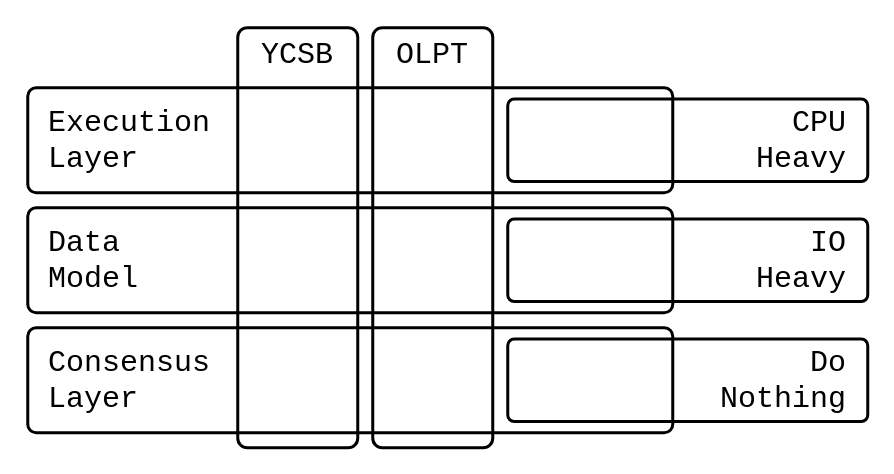
The draw.io diagram diagrams/BlockBenchWorkloadLayers.drawio in David-Sat/blockbench-setup, before the edit. Source tidied: cells renumbered, new cells numbered last; positions are measured from the earlier drawing's top-left corner, leaving out a move shared by most shapes. Both pictures are drawn from the tidied source at 150%, with x=0, y=0 at pixel (27, 27).
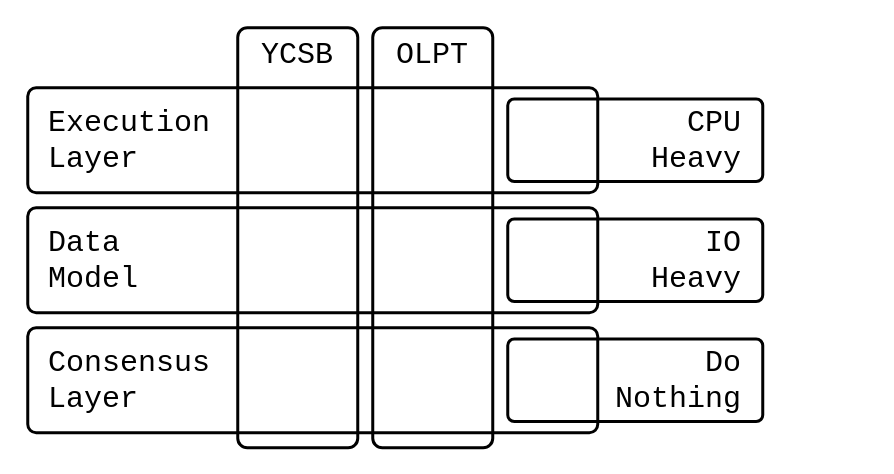
The same diagram, later.

What changed in the source:
```diff
@@
 <mxGraphModel>
   <root>
     <mxCell id="0" />
     <mxCell id="1" parent="0" />
     <mxCell id="2" value="&lt;div style=&quot;font-size: 20px&quot;&gt;&amp;nbsp;Execution &lt;br style=&quot;font-size: 20px&quot;&gt;&lt;/div&gt;&lt;div style=&quot;font-size: 20px&quot;&gt;&amp;nbsp;Layer&lt;/div&gt;" style="rounded=1;whiteSpace=wrap;html=1;strokeWidth=2;align=left;fontSize=20;fontFamily=Courier New;arcSize=8;" parent="1" vertex="1">
-      <mxGeometry y="40" width="430" height="70" as="geometry" />
+      <mxGeometry y="40" width="380" height="70" as="geometry" />
     </mxCell>
     <mxCell id="3" value="&lt;div&gt;&amp;nbsp;Data&lt;/div&gt;&lt;div&gt;&amp;nbsp;Model&lt;br&gt;&lt;/div&gt;" style="rounded=1;whiteSpace=wrap;html=1;strokeWidth=2;align=left;fontSize=20;fontFamily=Courier New;arcSize=8;" parent="1" vertex="1">
-      <mxGeometry y="120" width="430" height="70" as="geometry" />
+      <mxGeometry y="120" width="380" height="70" as="geometry" />
     </mxCell>
     <mxCell id="4" value="&lt;div style=&quot;font-size: 20px&quot;&gt;&amp;nbsp;Consensus&lt;/div&gt;&lt;div style=&quot;font-size: 20px&quot;&gt;&amp;nbsp;Layer&lt;br&gt;&lt;/div&gt;" style="rounded=1;whiteSpace=wrap;html=1;strokeWidth=2;align=left;fontSize=20;fontFamily=Courier New;arcSize=8;" parent="1" vertex="1">
-      <mxGeometry y="200" width="430" height="70" as="geometry" />
+      <mxGeometry y="200" width="380" height="70" as="geometry" />
     </mxCell>
-    <mxCell id="5" value="&lt;div style=&quot;font-size: 20px&quot;&gt;&amp;nbsp;CPU&amp;nbsp; &lt;br style=&quot;font-size: 20px&quot;&gt;&lt;/div&gt;&lt;div style=&quot;font-size: 20px&quot;&gt;&amp;nbsp;Heavy&amp;nbsp; &lt;br&gt;&lt;/div&gt;" style="rounded=1;whiteSpace=wrap;html=1;strokeWidth=2;align=right;fontSize=20;fontFamily=Courier New;arcSize=8;perimeterSpacing=0;fillColor=none;" parent="1" vertex="1">
-      <mxGeometry x="320" y="47.5" width="240" height="55" as="geometry" />
-    </mxCell>
     <mxCell id="6" value="YCSB" style="rounded=1;whiteSpace=wrap;html=1;strokeWidth=2;align=center;fontSize=20;fontFamily=Courier New;arcSize=8;perimeterSpacing=0;fillColor=none;verticalAlign=top;" parent="1" vertex="1">
       <mxGeometry x="140" width="80" height="280" as="geometry" />
     </mxCell>
     <mxCell id="7" value="OLPT" style="rounded=1;whiteSpace=wrap;html=1;strokeWidth=2;align=center;fontSize=20;fontFamily=Courier New;arcSize=8;perimeterSpacing=0;fillColor=none;verticalAlign=top;" parent="1" vertex="1">
       <mxGeometry x="230" width="80" height="280" as="geometry" />
     </mxCell>
+    <mxCell id="10" style="group;" parent="1" vertex="1">
+      <mxGeometry x="320" y="47.5" width="170" height="215" as="geometry" />
+    </mxCell>
+    <mxCell id="5" value="&lt;div style=&quot;font-size: 20px&quot;&gt;&amp;nbsp;CPU&amp;nbsp; &lt;br style=&quot;font-size: 20px&quot;&gt;&lt;/div&gt;&lt;div style=&quot;font-size: 20px&quot;&gt;&amp;nbsp;Heavy&amp;nbsp; &lt;br&gt;&lt;/div&gt;" style="rounded=1;whiteSpace=wrap;html=1;strokeWidth=2;align=right;fontSize=20;fontFamily=Courier New;arcSize=8;perimeterSpacing=0;fillColor=none;" parent="10" vertex="1">
+      <mxGeometry width="170" height="55" as="geometry" />
+    </mxCell>
-    <mxCell id="8" value="&lt;div style=&quot;font-size: 20px&quot;&gt;&amp;nbsp;IO&amp;nbsp; &lt;br style=&quot;font-size: 20px&quot;&gt;&lt;/div&gt;&lt;div style=&quot;font-size: 20px&quot;&gt;&amp;nbsp;Heavy&amp;nbsp; &lt;br&gt;&lt;/div&gt;" style="rounded=1;whiteSpace=wrap;html=1;strokeWidth=2;align=right;fontSize=20;fontFamily=Courier New;arcSize=8;perimeterSpacing=0;fillColor=none;" parent="1" vertex="1">
-      <mxGeometry x="320" y="127.5" width="240" height="55" as="geometry" />
+    <mxCell id="8" value="&lt;div style=&quot;font-size: 20px&quot;&gt;&amp;nbsp;IO&amp;nbsp; &lt;br style=&quot;font-size: 20px&quot;&gt;&lt;/div&gt;&lt;div style=&quot;font-size: 20px&quot;&gt;&amp;nbsp;Heavy&amp;nbsp; &lt;br&gt;&lt;/div&gt;" style="rounded=1;whiteSpace=wrap;html=1;strokeWidth=2;align=right;fontSize=20;fontFamily=Courier New;arcSize=8;perimeterSpacing=0;fillColor=none;" parent="10" vertex="1">
+      <mxGeometry y="80" width="170" height="55" as="geometry" />
     </mxCell>
-    <mxCell id="9" value="&lt;div style=&quot;font-size: 20px&quot;&gt;&amp;nbsp;Do&amp;nbsp; &lt;br style=&quot;font-size: 20px&quot;&gt;&lt;/div&gt;&lt;div style=&quot;font-size: 20px&quot;&gt;&amp;nbsp;Nothing&amp;nbsp; &lt;br&gt;&lt;/div&gt;" style="rounded=1;whiteSpace=wrap;html=1;strokeWidth=2;align=right;fontSize=20;fontFamily=Courier New;arcSize=8;perimeterSpacing=0;fillColor=none;" parent="1" vertex="1">
-      <mxGeometry x="320" y="207.5" width="240" height="55" as="geometry" />
+    <mxCell id="9" value="&lt;div style=&quot;font-size: 20px&quot;&gt;&amp;nbsp;Do&amp;nbsp; &lt;br style=&quot;font-size: 20px&quot;&gt;&lt;/div&gt;&lt;div style=&quot;font-size: 20px&quot;&gt;&amp;nbsp;Nothing&amp;nbsp; &lt;br&gt;&lt;/div&gt;" style="rounded=1;whiteSpace=wrap;html=1;strokeWidth=2;align=right;fontSize=20;fontFamily=Courier New;arcSize=8;perimeterSpacing=0;fillColor=none;" parent="10" vertex="1">
+      <mxGeometry y="160" width="170" height="55" as="geometry" />
     </mxCell>
   </root>
 </mxGraphModel>
```
